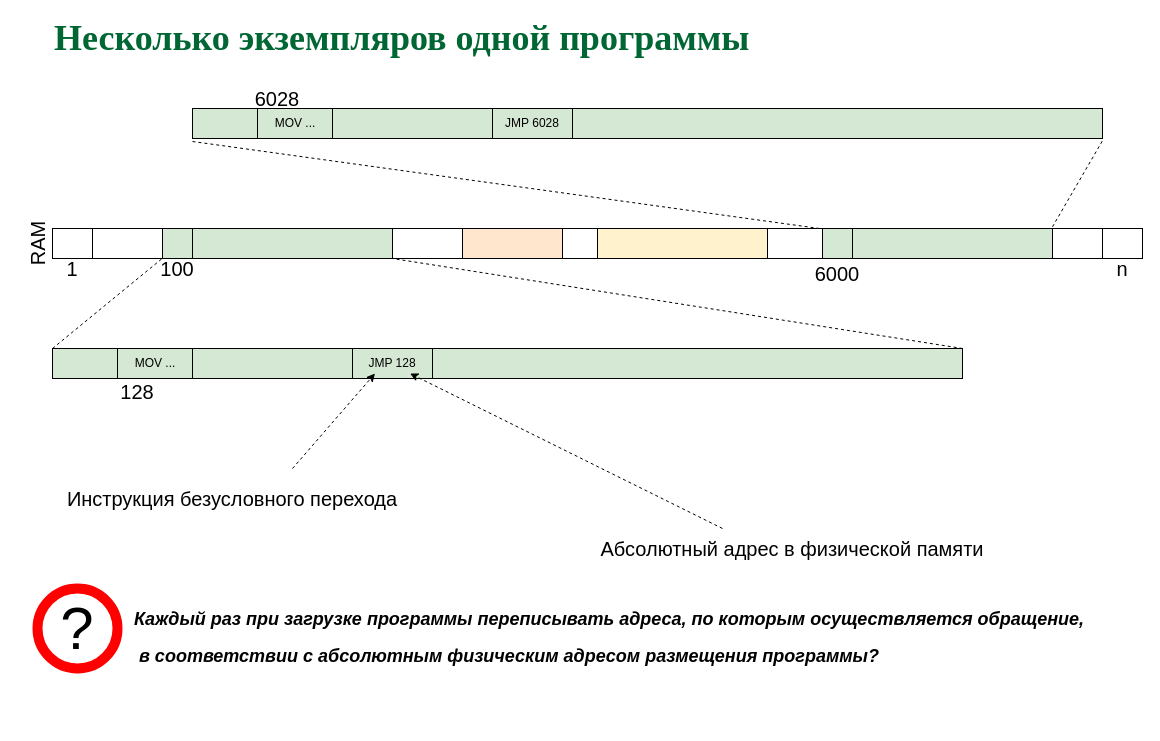
Before: page "P08" (8 of 46) of slides/memmgt.drawio in 77maxikov/os_course, a draw.io diagram. Source tidied: cells renumbered, new cells numbered last; positions are measured from the earlier drawing's top-left corner, leaving out a move shared by most shapes. Both pictures are drawn from the tidied source at 100%, with x=0, y=0 at pixel (12, 28).
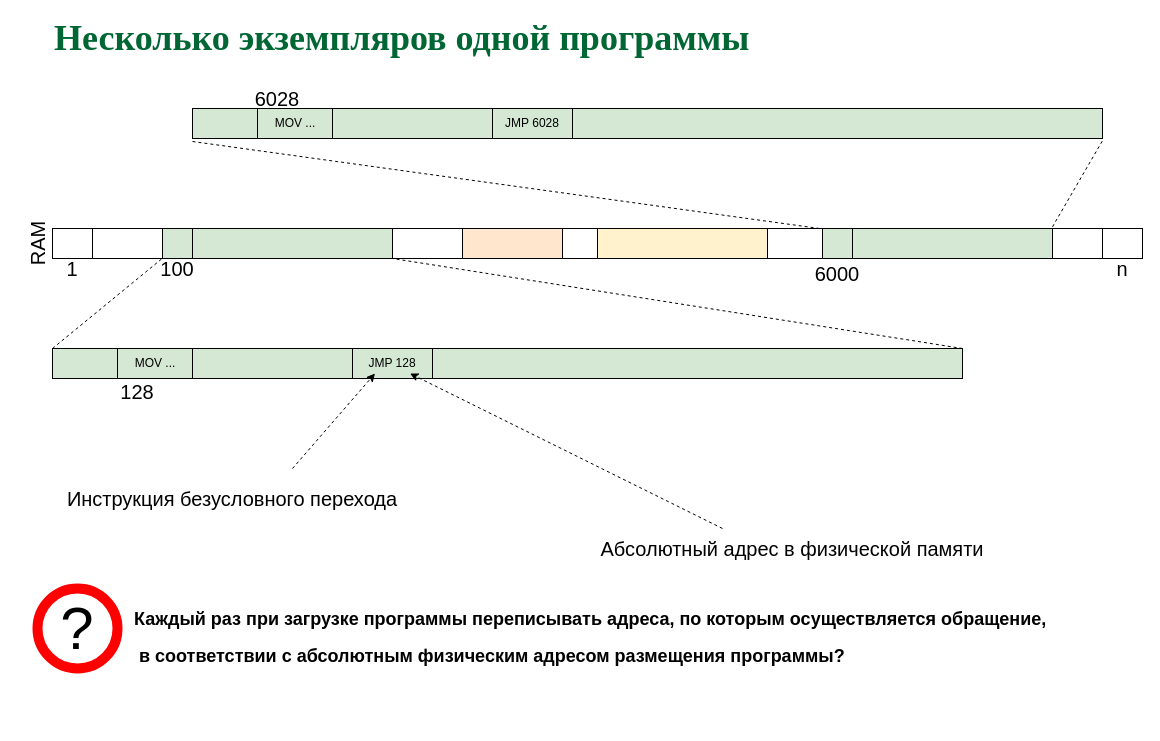
Above is the later version.

What changed in the source:
```diff
@@
-    <mxCell id="34" value="&lt;h2 style=&quot;text-align: justify&quot;&gt;&lt;font style=&quot;font-size: 18px ; background-color: rgb(255 , 255 , 255)&quot;&gt;&lt;i&gt;Каждый раз при загрузке программы переписывать адреса, по которым осуществляется обращение,&lt;/i&gt;&lt;/font&gt;&lt;/h2&gt;&lt;h2 style=&quot;text-align: justify&quot;&gt;&lt;font style=&quot;font-size: 18px ; background-color: rgb(255 , 255 , 255)&quot;&gt;&lt;i&gt;&amp;nbsp;в соответствии с абсолютным физическим адресом размещения программы?&lt;/i&gt;&lt;/font&gt;&lt;/h2&gt;" style="text;html=1;strokeColor=none;fillColor=none;align=left;verticalAlign=middle;whiteSpace=wrap;rounded=0;" parent="1" vertex="1">
+    <mxCell id="34" value="&lt;h2 style=&quot;text-align: justify&quot;&gt;&lt;font style=&quot;font-size: 18px ; background-color: rgb(255 , 255 , 255)&quot;&gt;Каждый раз при загрузке программы переписывать адреса, по которым осуществляется обращение,&lt;/font&gt;&lt;/h2&gt;&lt;h2 style=&quot;text-align: justify&quot;&gt;&lt;font style=&quot;font-size: 18px ; background-color: rgb(255 , 255 , 255)&quot;&gt;&amp;nbsp;в соответствии с абсолютным физическим адресом размещения программы?&lt;/font&gt;&lt;/h2&gt;" style="text;html=1;strokeColor=none;fillColor=none;align=left;verticalAlign=middle;whiteSpace=wrap;rounded=0;" parent="1" vertex="1">
       <mxGeometry x="120" y="525" width="1000" height="170" as="geometry" />
     </mxCell>
```
